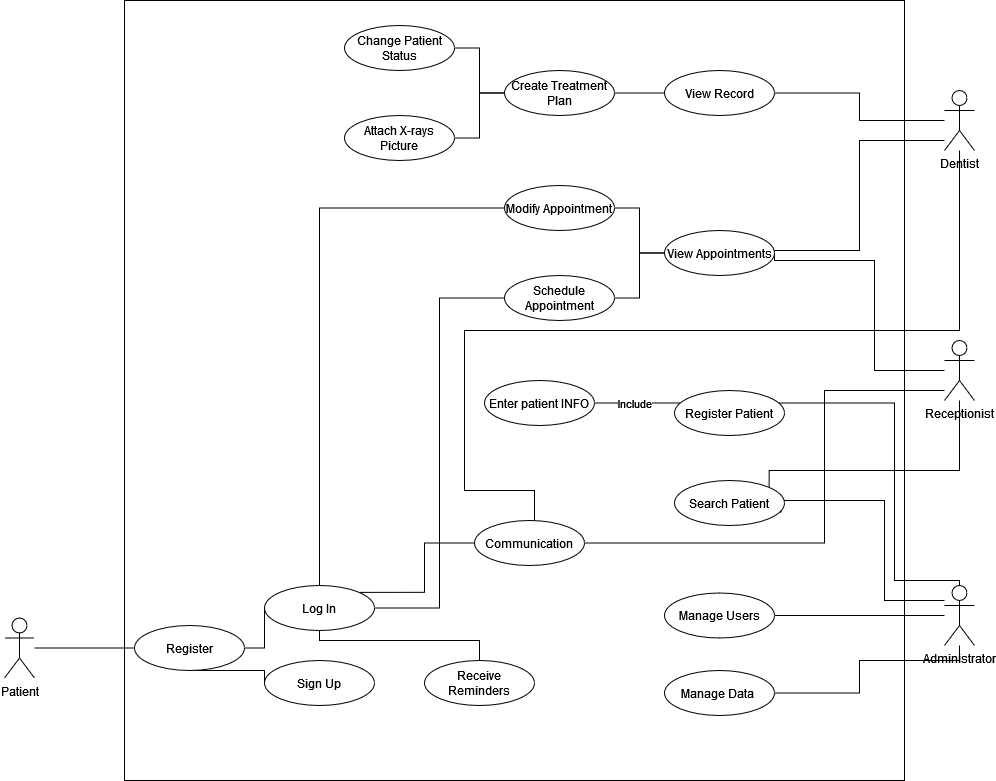
Above: UML.drawio.png in MohamedIsa/Dental-Clinic-System (draw.io), before the change. Source tidied: cells renumbered, new cells last; positions are measured from the earlier drawing's top-left corner, leaving out a move shared by most shapes.
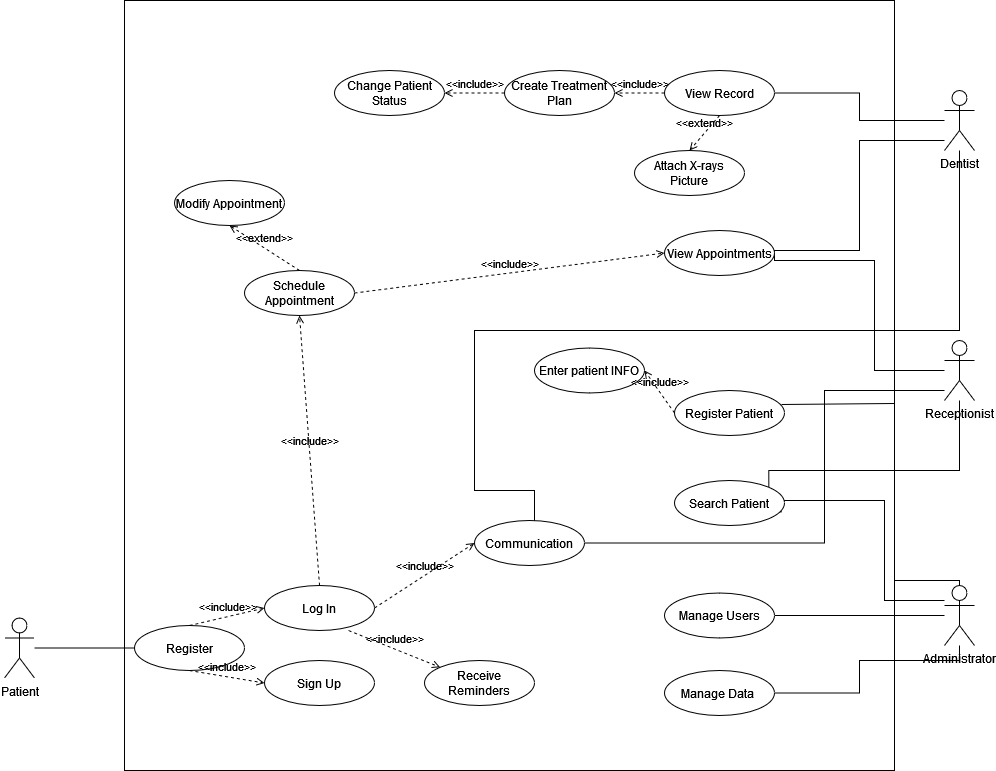
The same diagram one commit later.

Diff of the diagram source:
```diff
@@ -2,9 +2,9 @@
   <root>
     <mxCell id="0" />
     <mxCell id="1" parent="0" />
-    <mxCell id="2" style="whiteSpace=wrap;html=1;" parent="1" vertex="1">
-      <mxGeometry x="120" width="780" height="780" as="geometry" />
-    </mxCell>
+    <mxCell id="47" style="whiteSpace=wrap;html=1;" parent="1" vertex="1">
+      <mxGeometry x="120" width="770" height="770" as="geometry" />
+    </mxCell>
     <mxCell id="3" style="rounded=0;jettySize=auto;html=1;entryX=1;entryY=0.5;entryDx=0;entryDy=0;edgeStyle=orthogonalEdgeStyle;endArrow=none;endFill=0;" parent="1" edge="1" source="6" target="20">
       <mxGeometry relative="1" as="geometry" />
     </mxCell>
@@ -21,8 +21,8 @@
       <mxGeometry relative="1" as="geometry">
         <Array as="points">
           <mxPoint x="955" y="330" />
-          <mxPoint x="460" y="330" />
-          <mxPoint x="460" y="490" />
+          <mxPoint x="470" y="330" />
+          <mxPoint x="470" y="490" />
           <mxPoint x="530" y="490" />
           <mxPoint x="530" y="543" />
         </Array>
@@ -86,18 +86,15 @@
         </Array>
       </mxGeometry>
     </mxCell>
-    <mxCell id="14" style="edgeStyle=orthogonalEdgeStyle;shape=connector;rounded=0;jettySize=auto;html=1;entryX=1;entryY=0.5;entryDx=0;entryDy=0;labelBackgroundColor=default;strokeColor=default;fontFamily=Helvetica;fontSize=11;fontColor=default;endArrow=none;endFill=0;" parent="1" edge="1" source="16" target="32">
-      <mxGeometry relative="1" as="geometry">
-        <Array as="points">
-          <mxPoint x="955" y="580" />
-          <mxPoint x="890" y="580" />
-          <mxPoint x="890" y="403" />
-        </Array>
-      </mxGeometry>
-    </mxCell>
-    <mxCell id="15" value="Include" style="edgeLabel;html=1;align=center;verticalAlign=middle;fontSize=11;fontFamily=Helvetica;fontColor=default;" parent="14" vertex="1">
-      <mxGeometry x="0.86" relative="1" as="geometry" />
-    </mxCell>
+    <mxCell id="48" style="edgeStyle=orthogonalEdgeStyle;shape=connector;rounded=0;jettySize=auto;html=1;entryX=0.973;entryY=0.311;entryDx=0;entryDy=0;labelBackgroundColor=default;strokeColor=default;fontFamily=Helvetica;fontSize=11;fontColor=default;endArrow=none;endFill=0;entryPerimeter=0;" parent="1" edge="1" source="16" target="34">
+      <mxGeometry relative="1" as="geometry">
+        <Array as="points">
+          <mxPoint x="955" y="580" />
+          <mxPoint x="890" y="580" />
+          <mxPoint x="890" y="403" />
+        </Array>
+      </mxGeometry>
+    </mxCell>
     <mxCell id="16" value="Administrator" style="shape=umlActor;verticalLabelPosition=bottom;verticalAlign=top;html=1;outlineConnect=0;" parent="1" vertex="1">
       <mxGeometry x="940" y="585" width="30" height="60" as="geometry" />
     </mxCell>
@@ -107,47 +104,32 @@
     <mxCell id="18" value="Patient" style="shape=umlActor;verticalLabelPosition=bottom;verticalAlign=top;html=1;outlineConnect=0;" parent="1" vertex="1">
       <mxGeometry y="617.5" width="30" height="60" as="geometry" />
     </mxCell>
-    <mxCell id="19" style="edgeStyle=orthogonalEdgeStyle;shape=connector;rounded=0;jettySize=auto;html=1;exitX=0;exitY=0.5;exitDx=0;exitDy=0;entryX=1;entryY=0.5;entryDx=0;entryDy=0;labelBackgroundColor=default;strokeColor=default;fontFamily=Helvetica;fontSize=11;fontColor=default;endArrow=none;endFill=0;" parent="1" edge="1" source="20" target="23">
-      <mxGeometry relative="1" as="geometry" />
-    </mxCell>
     <mxCell id="20" value="View Record" style="ellipse;whiteSpace=wrap;html=1;" parent="1" vertex="1">
       <mxGeometry x="660" y="70" width="110" height="45" as="geometry" />
     </mxCell>
-    <mxCell id="21" style="edgeStyle=orthogonalEdgeStyle;shape=connector;rounded=0;jettySize=auto;html=1;exitX=0;exitY=0.5;exitDx=0;exitDy=0;labelBackgroundColor=default;strokeColor=default;fontFamily=Helvetica;fontSize=11;fontColor=default;endArrow=none;endFill=0;" parent="1" edge="1" source="23" target="28">
-      <mxGeometry relative="1" as="geometry" />
-    </mxCell>
-    <mxCell id="22" style="edgeStyle=orthogonalEdgeStyle;shape=connector;rounded=0;jettySize=auto;html=1;exitX=0;exitY=0.5;exitDx=0;exitDy=0;entryX=1;entryY=0.5;entryDx=0;entryDy=0;labelBackgroundColor=default;strokeColor=default;fontFamily=Helvetica;fontSize=11;fontColor=default;endArrow=none;endFill=0;" parent="1" edge="1" source="23" target="27">
-      <mxGeometry relative="1" as="geometry" />
-    </mxCell>
     <mxCell id="23" value="Create Treatment Plan" style="ellipse;whiteSpace=wrap;html=1;" parent="1" vertex="1">
       <mxGeometry x="500" y="70" width="110" height="45" as="geometry" />
     </mxCell>
-    <mxCell id="24" style="edgeStyle=orthogonalEdgeStyle;shape=connector;rounded=0;jettySize=auto;html=1;exitX=0;exitY=0.5;exitDx=0;exitDy=0;entryX=1;entryY=0.5;entryDx=0;entryDy=0;labelBackgroundColor=default;strokeColor=default;fontFamily=Helvetica;fontSize=11;fontColor=default;endArrow=none;endFill=0;" parent="1" edge="1" source="26" target="29">
-      <mxGeometry relative="1" as="geometry" />
-    </mxCell>
-    <mxCell id="25" style="edgeStyle=orthogonalEdgeStyle;shape=connector;rounded=0;jettySize=auto;html=1;entryX=1;entryY=0.5;entryDx=0;entryDy=0;labelBackgroundColor=default;strokeColor=default;fontFamily=Helvetica;fontSize=11;fontColor=default;endArrow=none;endFill=0;" parent="1" edge="1" source="26" target="30">
-      <mxGeometry relative="1" as="geometry" />
-    </mxCell>
     <mxCell id="26" value="View Appointments" style="ellipse;whiteSpace=wrap;html=1;" parent="1" vertex="1">
       <mxGeometry x="660" y="230" width="110" height="45" as="geometry" />
     </mxCell>
     <mxCell id="27" value="Attach X-rays Picture" style="ellipse;whiteSpace=wrap;html=1;" parent="1" vertex="1">
-      <mxGeometry x="340" y="115" width="110" height="45" as="geometry" />
+      <mxGeometry x="630" y="150" width="110" height="45" as="geometry" />
     </mxCell>
     <mxCell id="28" value="Change Patient Status" style="ellipse;whiteSpace=wrap;html=1;" parent="1" vertex="1">
-      <mxGeometry x="340" y="25" width="110" height="45" as="geometry" />
+      <mxGeometry x="330" y="70" width="110" height="45" as="geometry" />
     </mxCell>
     <mxCell id="29" value="Modify Appointment" style="ellipse;whiteSpace=wrap;html=1;" parent="1" vertex="1">
-      <mxGeometry x="500" y="185" width="110" height="45" as="geometry" />
+      <mxGeometry x="170" y="180" width="110" height="45" as="geometry" />
     </mxCell>
     <mxCell id="30" value="Schedule Appointment" style="ellipse;whiteSpace=wrap;html=1;" parent="1" vertex="1">
-      <mxGeometry x="500" y="275" width="110" height="45" as="geometry" />
+      <mxGeometry x="240" y="270" width="110" height="45" as="geometry" />
     </mxCell>
     <mxCell id="31" value="Manage Users" style="ellipse;whiteSpace=wrap;html=1;" parent="1" vertex="1">
       <mxGeometry x="660" y="592.5" width="110" height="45" as="geometry" />
     </mxCell>
     <mxCell id="32" value="Enter patient INFO" style="ellipse;whiteSpace=wrap;html=1;" parent="1" vertex="1">
-      <mxGeometry x="480" y="380" width="110" height="45" as="geometry" />
+      <mxGeometry x="530" y="347.5" width="110" height="45" as="geometry" />
     </mxCell>
     <mxCell id="33" value="Manage Data&amp;nbsp;" style="ellipse;whiteSpace=wrap;html=1;" parent="1" vertex="1">
       <mxGeometry x="660" y="670" width="110" height="45" as="geometry" />
@@ -158,43 +140,12 @@
     <mxCell id="35" value="Search Patient" style="ellipse;whiteSpace=wrap;html=1;" parent="1" vertex="1">
       <mxGeometry x="670" y="480" width="110" height="45" as="geometry" />
     </mxCell>
-    <mxCell id="36" style="edgeStyle=orthogonalEdgeStyle;shape=connector;rounded=0;jettySize=auto;html=1;entryX=0;entryY=0.5;entryDx=0;entryDy=0;labelBackgroundColor=default;strokeColor=default;fontFamily=Helvetica;fontSize=11;fontColor=default;endArrow=none;endFill=0;" parent="1" edge="1" source="38" target="44">
-      <mxGeometry relative="1" as="geometry" />
-    </mxCell>
-    <mxCell id="37" style="edgeStyle=orthogonalEdgeStyle;shape=connector;rounded=0;jettySize=auto;html=1;entryX=0;entryY=0.5;entryDx=0;entryDy=0;labelBackgroundColor=default;strokeColor=default;fontFamily=Helvetica;fontSize=11;fontColor=default;endArrow=none;endFill=0;" parent="1" edge="1" source="38" target="39">
-      <mxGeometry relative="1" as="geometry">
-        <Array as="points">
-          <mxPoint x="260" y="670" />
-        </Array>
-      </mxGeometry>
-    </mxCell>
     <mxCell id="38" value="Register" style="ellipse;whiteSpace=wrap;html=1;" parent="1" vertex="1">
       <mxGeometry x="130" y="625" width="110" height="45" as="geometry" />
     </mxCell>
     <mxCell id="39" value="Sign Up" style="ellipse;whiteSpace=wrap;html=1;" parent="1" vertex="1">
       <mxGeometry x="260" y="660" width="110" height="45" as="geometry" />
     </mxCell>
-    <mxCell id="40" style="edgeStyle=orthogonalEdgeStyle;shape=connector;rounded=0;jettySize=auto;html=1;entryX=0;entryY=0.5;entryDx=0;entryDy=0;labelBackgroundColor=default;strokeColor=default;fontFamily=Helvetica;fontSize=11;fontColor=default;endArrow=none;endFill=0;" parent="1" edge="1" source="44" target="30">
-      <mxGeometry relative="1" as="geometry" />
-    </mxCell>
-    <mxCell id="41" style="edgeStyle=orthogonalEdgeStyle;shape=connector;rounded=0;jettySize=auto;html=1;entryX=0;entryY=0.5;entryDx=0;entryDy=0;labelBackgroundColor=default;strokeColor=default;fontFamily=Helvetica;fontSize=11;fontColor=default;endArrow=none;endFill=0;" parent="1" edge="1" source="44" target="29">
-      <mxGeometry relative="1" as="geometry">
-        <Array as="points">
-          <mxPoint x="315" y="207" />
-        </Array>
-      </mxGeometry>
-    </mxCell>
-    <mxCell id="42" style="edgeStyle=orthogonalEdgeStyle;shape=connector;rounded=0;jettySize=auto;html=1;exitX=0.5;exitY=1;exitDx=0;exitDy=0;labelBackgroundColor=default;strokeColor=default;fontFamily=Helvetica;fontSize=11;fontColor=default;endArrow=none;endFill=0;" parent="1" edge="1" source="44" target="45">
-      <mxGeometry relative="1" as="geometry">
-        <Array as="points">
-          <mxPoint x="315" y="640" />
-          <mxPoint x="475" y="640" />
-        </Array>
-      </mxGeometry>
-    </mxCell>
-    <mxCell id="43" style="edgeStyle=orthogonalEdgeStyle;shape=connector;rounded=0;jettySize=auto;html=1;exitX=1;exitY=0;exitDx=0;exitDy=0;entryX=0;entryY=0.5;entryDx=0;entryDy=0;labelBackgroundColor=default;strokeColor=default;fontFamily=Helvetica;fontSize=11;fontColor=default;endArrow=none;endFill=0;" parent="1" edge="1" source="44" target="46">
-      <mxGeometry relative="1" as="geometry" />
-    </mxCell>
     <mxCell id="44" value="Log In" style="ellipse;whiteSpace=wrap;html=1;" parent="1" vertex="1">
       <mxGeometry x="260" y="585" width="110" height="45" as="geometry" />
     </mxCell>
@@ -204,5 +155,38 @@
     <mxCell id="46" value="Communication" style="ellipse;whiteSpace=wrap;html=1;" parent="1" vertex="1">
       <mxGeometry x="470" y="520" width="110" height="45" as="geometry" />
     </mxCell>
+    <mxCell id="19" value="&amp;lt;&amp;lt;include&amp;gt;&amp;gt;" style="html=1;verticalAlign=bottom;labelBackgroundColor=none;endArrow=open;endFill=0;dashed=1;rounded=0;exitX=0;exitY=0.5;exitDx=0;exitDy=0;entryX=1;entryY=0.5;entryDx=0;entryDy=0;" parent="1" edge="1" source="20" target="23">
+      <mxGeometry relative="1" as="geometry" />
+    </mxCell>
+    <mxCell id="49" value="&amp;lt;&amp;lt;extend&amp;gt;&amp;gt;" style="html=1;verticalAlign=bottom;labelBackgroundColor=none;endArrow=open;endFill=0;dashed=1;rounded=0;entryX=0.5;entryY=0;entryDx=0;entryDy=0;exitX=0.5;exitY=1;exitDx=0;exitDy=0;" parent="1" edge="1" source="20" target="27">
+      <mxGeometry relative="1" as="geometry" />
+    </mxCell>
+    <mxCell id="21" value="&amp;lt;&amp;lt;include&amp;gt;&amp;gt;" style="html=1;verticalAlign=bottom;labelBackgroundColor=none;endArrow=open;endFill=0;dashed=1;rounded=0;exitX=0;exitY=0.5;exitDx=0;exitDy=0;entryX=1;entryY=0.5;entryDx=0;entryDy=0;" parent="1" edge="1" source="23" target="28">
+      <mxGeometry relative="1" as="geometry" />
+    </mxCell>
+    <mxCell id="40" value="&amp;lt;&amp;lt;include&amp;gt;&amp;gt;" style="html=1;verticalAlign=bottom;labelBackgroundColor=none;endArrow=open;endFill=0;dashed=1;rounded=0;exitX=0.5;exitY=0;exitDx=0;exitDy=0;entryX=0.5;entryY=1;entryDx=0;entryDy=0;" parent="1" edge="1" source="44" target="30">
+      <mxGeometry relative="1" as="geometry" />
+    </mxCell>
+    <mxCell id="42" value="&amp;lt;&amp;lt;include&amp;gt;&amp;gt;" style="html=1;verticalAlign=bottom;labelBackgroundColor=none;endArrow=open;endFill=0;dashed=1;rounded=0;exitX=0.764;exitY=1;exitDx=0;exitDy=0;entryX=0;entryY=0;entryDx=0;entryDy=0;exitPerimeter=0;" parent="1" edge="1" source="44" target="45">
+      <mxGeometry relative="1" as="geometry" />
+    </mxCell>
+    <mxCell id="43" value="&amp;lt;&amp;lt;include&amp;gt;&amp;gt;" style="html=1;verticalAlign=bottom;labelBackgroundColor=none;endArrow=open;endFill=0;dashed=1;rounded=0;exitX=1;exitY=0.5;exitDx=0;exitDy=0;entryX=0;entryY=0.5;entryDx=0;entryDy=0;" parent="1" edge="1" source="44" target="46">
+      <mxGeometry relative="1" as="geometry" />
+    </mxCell>
+    <mxCell id="36" value="&amp;lt;&amp;lt;include&amp;gt;&amp;gt;" style="html=1;verticalAlign=bottom;labelBackgroundColor=none;endArrow=open;endFill=0;dashed=1;rounded=0;exitX=0.5;exitY=0;exitDx=0;exitDy=0;entryX=0;entryY=0.5;entryDx=0;entryDy=0;" parent="1" edge="1" source="38" target="44">
+      <mxGeometry relative="1" as="geometry" />
+    </mxCell>
+    <mxCell id="37" value="&amp;lt;&amp;lt;include&amp;gt;&amp;gt;" style="html=1;verticalAlign=bottom;labelBackgroundColor=none;endArrow=open;endFill=0;dashed=1;rounded=0;exitX=0.5;exitY=1;exitDx=0;exitDy=0;entryX=0;entryY=0.5;entryDx=0;entryDy=0;" parent="1" edge="1" source="38" target="39">
+      <mxGeometry relative="1" as="geometry" />
+    </mxCell>
+    <mxCell id="50" value="&amp;lt;&amp;lt;include&amp;gt;&amp;gt;" style="html=1;verticalAlign=bottom;labelBackgroundColor=none;endArrow=open;endFill=0;dashed=1;rounded=0;exitX=0;exitY=0.5;exitDx=0;exitDy=0;entryX=1;entryY=0.5;entryDx=0;entryDy=0;" parent="1" edge="1" source="34" target="32">
+      <mxGeometry relative="1" as="geometry" />
+    </mxCell>
+    <mxCell id="51" value="&amp;lt;&amp;lt;include&amp;gt;&amp;gt;" style="html=1;verticalAlign=bottom;labelBackgroundColor=none;endArrow=open;endFill=0;dashed=1;rounded=0;exitX=1;exitY=0.5;exitDx=0;exitDy=0;entryX=0;entryY=0.5;entryDx=0;entryDy=0;" parent="1" edge="1" source="30" target="26">
+      <mxGeometry relative="1" as="geometry" />
+    </mxCell>
+    <mxCell id="52" value="&amp;lt;&amp;lt;extend&amp;gt;&amp;gt;" style="html=1;verticalAlign=bottom;labelBackgroundColor=none;endArrow=open;endFill=0;dashed=1;rounded=0;entryX=0.5;entryY=1;entryDx=0;entryDy=0;exitX=0.5;exitY=0;exitDx=0;exitDy=0;" parent="1" edge="1" source="30" target="29">
+      <mxGeometry relative="1" as="geometry" />
+    </mxCell>
   </root>
 </mxGraphModel>
```
